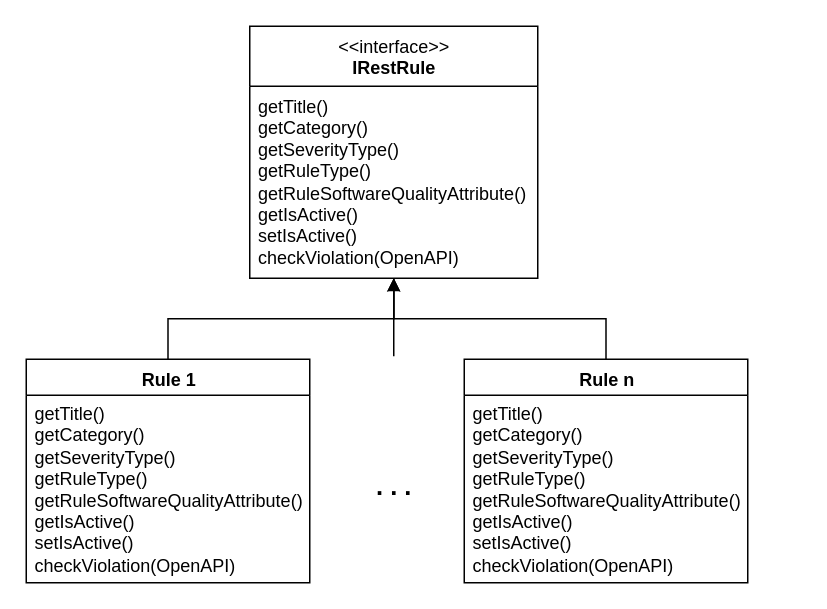
Above: docs/architecture/Rule Implementation.drawio in restful-ma/rest-ruler (draw.io), before the change. Source tidied: cells renumbered, new cells numbered last; positions are measured from the earlier drawing's top-left corner, leaving out a move shared by most shapes. Both pictures are drawn from the tidied source at 150%, with x=0, y=0 at pixel (26, 26).
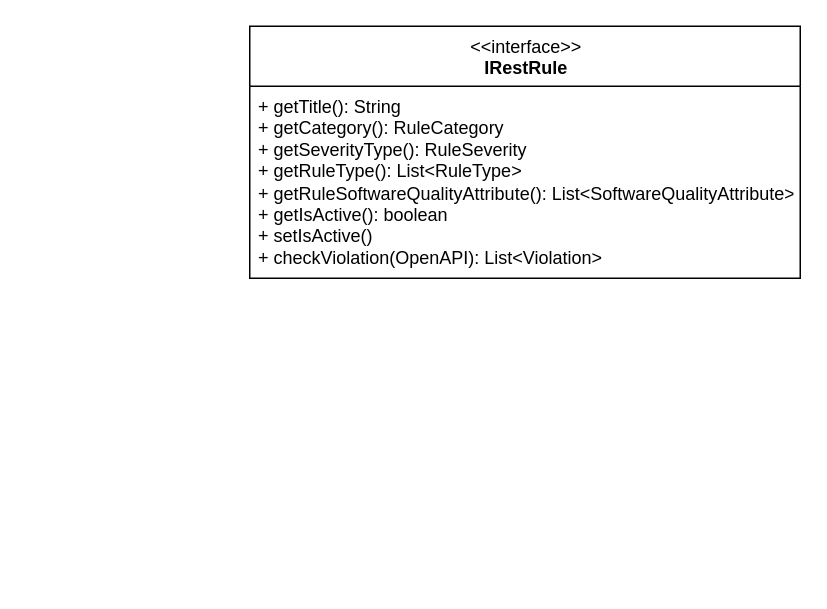
The same diagram, later.

Diff of the diagram source:
```diff
@@
 <mxGraphModel>
   <root>
     <mxCell id="0" />
     <mxCell id="1" parent="0" />
-    <mxCell id="2" style="edgeStyle=orthogonalEdgeStyle;rounded=0;jettySize=auto;html=1;endArrow=none;endFill=0;" parent="1" edge="1" source="3">
-      <mxGeometry relative="1" as="geometry">
-        <mxPoint x="245" y="220" as="targetPoint" />
-      </mxGeometry>
-    </mxCell>
     <mxCell id="3" value="&amp;lt;&amp;lt;interface&amp;gt;&amp;gt;&lt;br&gt;&lt;b&gt;IRestRule&lt;/b&gt;" style="swimlane;fontStyle=0;align=center;verticalAlign=top;horizontal=1;startSize=40;html=1;" parent="1" vertex="1">
-      <mxGeometry x="149" width="192" height="168" as="geometry" />
+      <mxGeometry x="149" width="367" height="168" as="geometry" />
     </mxCell>
-    <mxCell id="4" value="getTitle()&lt;br&gt;getCategory()&lt;br&gt;getSeverityType()&lt;br&gt;getRuleType()&lt;br&gt;getRuleSoftwareQualityAttribute()&lt;br&gt;getIsActive()&lt;br&gt;setIsActive()&lt;br&gt;checkViolation(OpenAPI)" style="text;html=1;strokeColor=none;fillColor=none;align=left;verticalAlign=middle;spacingLeft=4;spacingRight=4;overflow=hidden;" parent="3" vertex="1">
-      <mxGeometry y="40" width="192" height="128" as="geometry" />
+    <mxCell id="4" value="+ getTitle(): String&lt;br&gt;+ getCategory(): RuleCategory&lt;br&gt;+ getSeverityType(): RuleSeverity&lt;br&gt;+ getRuleType(): List&amp;lt;RuleType&amp;gt;&lt;br&gt;+ getRuleSoftwareQualityAttribute(): List&amp;lt;SoftwareQualityAttribute&amp;gt;&lt;br&gt;+ getIsActive(): boolean&lt;br&gt;+ setIsActive()&lt;br&gt;+ checkViolation(OpenAPI): List&amp;lt;Violation&amp;gt;" style="text;html=1;strokeColor=none;fillColor=none;align=left;verticalAlign=middle;spacingLeft=4;spacingRight=4;overflow=hidden;" parent="3" vertex="1">
+      <mxGeometry y="40" width="367" height="128" as="geometry" />
     </mxCell>
-    <mxCell id="5" style="edgeStyle=orthogonalEdgeStyle;rounded=0;jettySize=auto;html=1;" parent="1" edge="1" source="6" target="3">
-      <mxGeometry relative="1" as="geometry" />
-    </mxCell>
-    <mxCell id="6" value="&lt;b&gt;Rule 1&lt;/b&gt;" style="swimlane;fontStyle=0;align=center;verticalAlign=top;horizontal=1;startSize=24;html=1;" parent="1" vertex="1">
-      <mxGeometry y="222" width="189" height="149" as="geometry" />
-    </mxCell>
-    <mxCell id="7" value="getTitle()&lt;br&gt;getCategory()&lt;br&gt;getSeverityType()&lt;br&gt;getRuleType()&lt;br&gt;getRuleSoftwareQualityAttribute()&lt;br&gt;getIsActive()&lt;br&gt;setIsActive()&lt;br&gt;checkViolation(OpenAPI)" style="text;html=1;strokeColor=none;fillColor=none;align=left;verticalAlign=middle;spacingLeft=4;spacingRight=4;overflow=hidden;" parent="6" vertex="1">
-      <mxGeometry y="24" width="189" height="125" as="geometry" />
-    </mxCell>
-    <mxCell id="8" style="edgeStyle=orthogonalEdgeStyle;rounded=0;jettySize=auto;html=1;endArrow=block;endFill=1;" parent="1" edge="1" source="9" target="3">
-      <mxGeometry relative="1" as="geometry" />
-    </mxCell>
-    <mxCell id="9" value="&lt;b&gt;Rule n&lt;/b&gt;" style="swimlane;fontStyle=0;align=center;verticalAlign=top;horizontal=1;startSize=24;html=1;" parent="1" vertex="1">
-      <mxGeometry x="292" y="222" width="189" height="149" as="geometry" />
-    </mxCell>
-    <mxCell id="10" value="getTitle()&lt;br&gt;getCategory()&lt;br&gt;getSeverityType()&lt;br&gt;getRuleType()&lt;br&gt;getRuleSoftwareQualityAttribute()&lt;br&gt;getIsActive()&lt;br&gt;setIsActive()&lt;br&gt;checkViolation(OpenAPI)" style="text;html=1;strokeColor=none;fillColor=none;align=left;verticalAlign=middle;spacingLeft=4;spacingRight=4;overflow=hidden;" parent="9" vertex="1">
-      <mxGeometry y="24" width="189" height="125" as="geometry" />
-    </mxCell>
-    <mxCell id="11" value="&lt;font size=&quot;1&quot; style=&quot;&quot;&gt;&lt;b style=&quot;font-size: 17px;&quot;&gt;. . .&lt;/b&gt;&lt;/font&gt;" style="text;html=1;align=center;verticalAlign=middle;strokeColor=none;fillColor=none;" parent="1" vertex="1">
-      <mxGeometry x="224" y="292" width="42" height="32" as="geometry" />
-    </mxCell>
   </root>
 </mxGraphModel>
```
